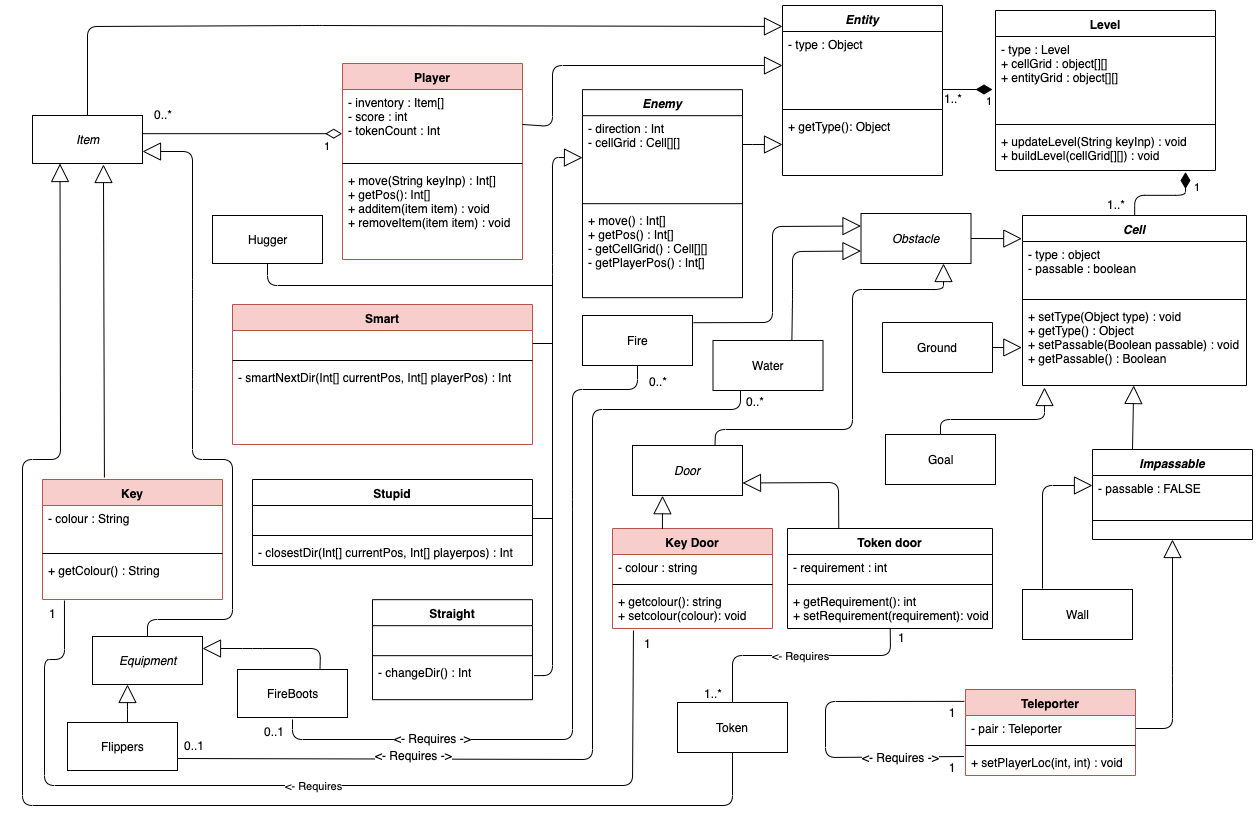
ChuksAjeh/CS-230 keeps this draw.io diagram as Design Documents/UML_Full.png. Above is the earlier version. Source tidied: cells renumbered, new cells last; positions are measured from the earlier drawing's top-left corner, leaving out a move shared by most shapes.
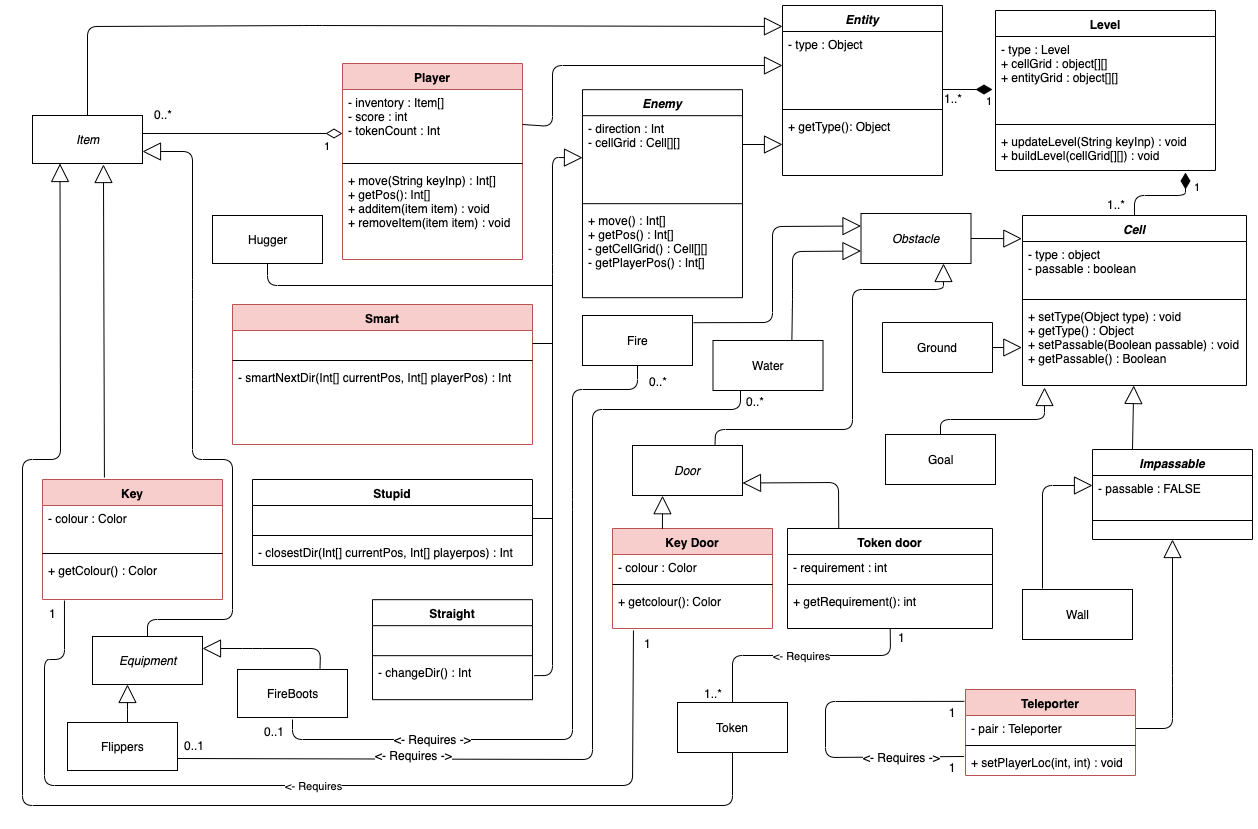
After the commit.

Change to the diagram source:
```diff
@@ -47,19 +47,19 @@
     <mxCell id="16" style="line;strokeWidth=1;fillColor=none;align=left;verticalAlign=middle;spacingTop=-1;spacingLeft=3;spacingRight=3;labelPosition=right;" parent="14" vertex="1">
       <mxGeometry y="52" width="205" height="8" as="geometry" />
     </mxCell>
-    <mxCell id="17" value="+ getRequirement(): int&#10;+ setRequirement(requirement): void" style="text;strokeColor=none;fillColor=none;align=left;verticalAlign=top;spacingLeft=4;spacingRight=4;overflow=hidden;points=[[0,0.5],[1,0.5]];portConstraint=eastwest;" parent="14" vertex="1">
+    <mxCell id="17" value="+ getRequirement(): int" style="text;strokeColor=none;fillColor=none;align=left;verticalAlign=top;spacingLeft=4;spacingRight=4;overflow=hidden;points=[[0,0.5],[1,0.5]];portConstraint=eastwest;" parent="14" vertex="1">
       <mxGeometry y="60" width="205" height="40" as="geometry" />
     </mxCell>
     <mxCell id="18" value="Key Door" style="swimlane;fontStyle=1;align=center;verticalAlign=top;horizontal=1;startSize=26;fillColor=#f8cecc;strokeColor=#b85450;" parent="1" vertex="1">
       <mxGeometry x="590" y="523" width="160" height="100" as="geometry" />
     </mxCell>
-    <mxCell id="19" value="- colour : string" style="text;strokeColor=none;fillColor=none;align=left;verticalAlign=top;spacingLeft=4;spacingRight=4;overflow=hidden;" parent="18" vertex="1">
+    <mxCell id="19" value="- colour : Color" style="text;strokeColor=none;fillColor=none;align=left;verticalAlign=top;spacingLeft=4;spacingRight=4;overflow=hidden;" parent="18" vertex="1">
       <mxGeometry y="26" width="160" height="26" as="geometry" />
     </mxCell>
     <mxCell id="20" style="line;strokeWidth=1;fillColor=none;align=left;verticalAlign=middle;spacingTop=-1;spacingLeft=3;spacingRight=3;labelPosition=right;" parent="18" vertex="1">
       <mxGeometry y="52" width="160" height="8" as="geometry" />
     </mxCell>
-    <mxCell id="21" value="+ getcolour(): string&#10;+ setcolour(colour): void" style="text;strokeColor=none;fillColor=none;align=left;verticalAlign=top;spacingLeft=4;spacingRight=4;overflow=hidden;points=[[0,0.5],[1,0.5]];portConstraint=eastwest;" parent="18" vertex="1">
+    <mxCell id="21" value="+ getcolour(): Color" style="text;strokeColor=none;fillColor=none;align=left;verticalAlign=top;spacingLeft=4;spacingRight=4;overflow=hidden;points=[[0,0.5],[1,0.5]];portConstraint=eastwest;" parent="18" vertex="1">
       <mxGeometry y="60" width="160" height="40" as="geometry" />
     </mxCell>
     <mxCell id="22" value="Level" style="swimlane;fontStyle=1;align=center;verticalAlign=top;horizontal=1;startSize=26;" parent="1" vertex="1">
@@ -149,13 +149,13 @@
     <mxCell id="50" value="Key" style="swimlane;fontStyle=1;align=center;verticalAlign=top;horizontal=1;startSize=26;fillColor=#f8cecc;strokeColor=#b85450;" parent="1" vertex="1">
       <mxGeometry x="20" y="474" width="180" height="120" as="geometry" />
     </mxCell>
-    <mxCell id="51" value="- colour : String" style="text;strokeColor=none;fillColor=none;align=left;verticalAlign=top;spacingLeft=4;spacingRight=4;overflow=hidden;" parent="50" vertex="1">
+    <mxCell id="51" value="- colour : Color" style="text;strokeColor=none;fillColor=none;align=left;verticalAlign=top;spacingLeft=4;spacingRight=4;overflow=hidden;" parent="50" vertex="1">
       <mxGeometry y="26" width="180" height="44" as="geometry" />
     </mxCell>
     <mxCell id="52" style="line;strokeWidth=1;fillColor=none;align=left;verticalAlign=middle;spacingTop=-1;spacingLeft=3;spacingRight=3;labelPosition=right;" parent="50" vertex="1">
       <mxGeometry y="70" width="180" height="8" as="geometry" />
     </mxCell>
-    <mxCell id="53" value="+ getColour() : String" style="text;strokeColor=none;fillColor=none;align=left;verticalAlign=top;spacingLeft=4;spacingRight=4;overflow=hidden;points=[[0,0.5],[1,0.5]];portConstraint=eastwest;" parent="50" vertex="1">
+    <mxCell id="53" value="+ getColour() : Color" style="text;strokeColor=none;fillColor=none;align=left;verticalAlign=top;spacingLeft=4;spacingRight=4;overflow=hidden;points=[[0,0.5],[1,0.5]];portConstraint=eastwest;" parent="50" vertex="1">
       <mxGeometry y="78" width="180" height="42" as="geometry" />
     </mxCell>
     <mxCell id="54" value="FireBoots" style="html=1;" parent="1" vertex="1">
```
